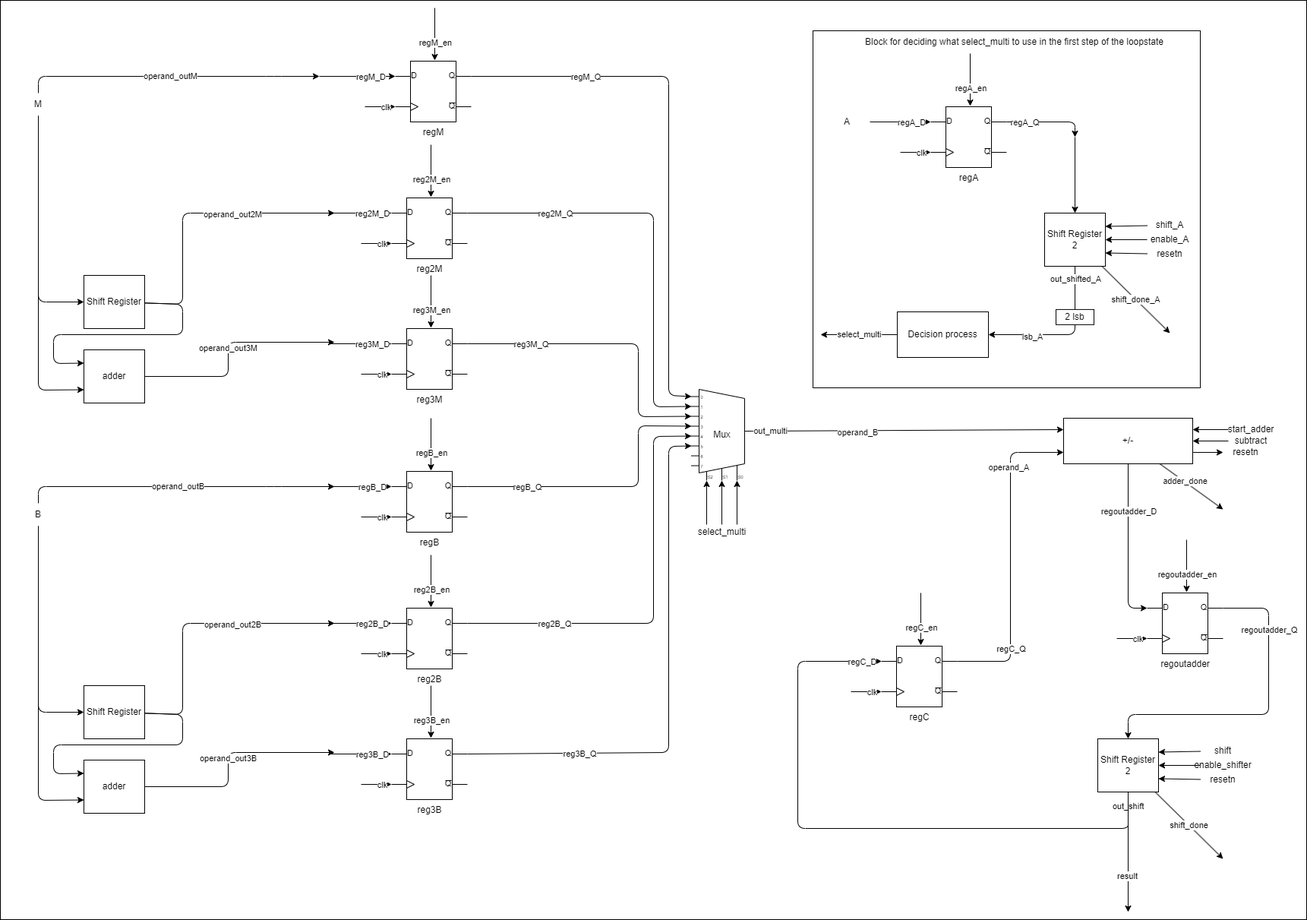
Earlier version of the draw.io export montgomery_details.png (Tfloow/Montgomery). Source tidied: cells renumbered, new cells last; positions are measured from the earlier drawing's top-left corner, leaving out a move shared by most shapes.
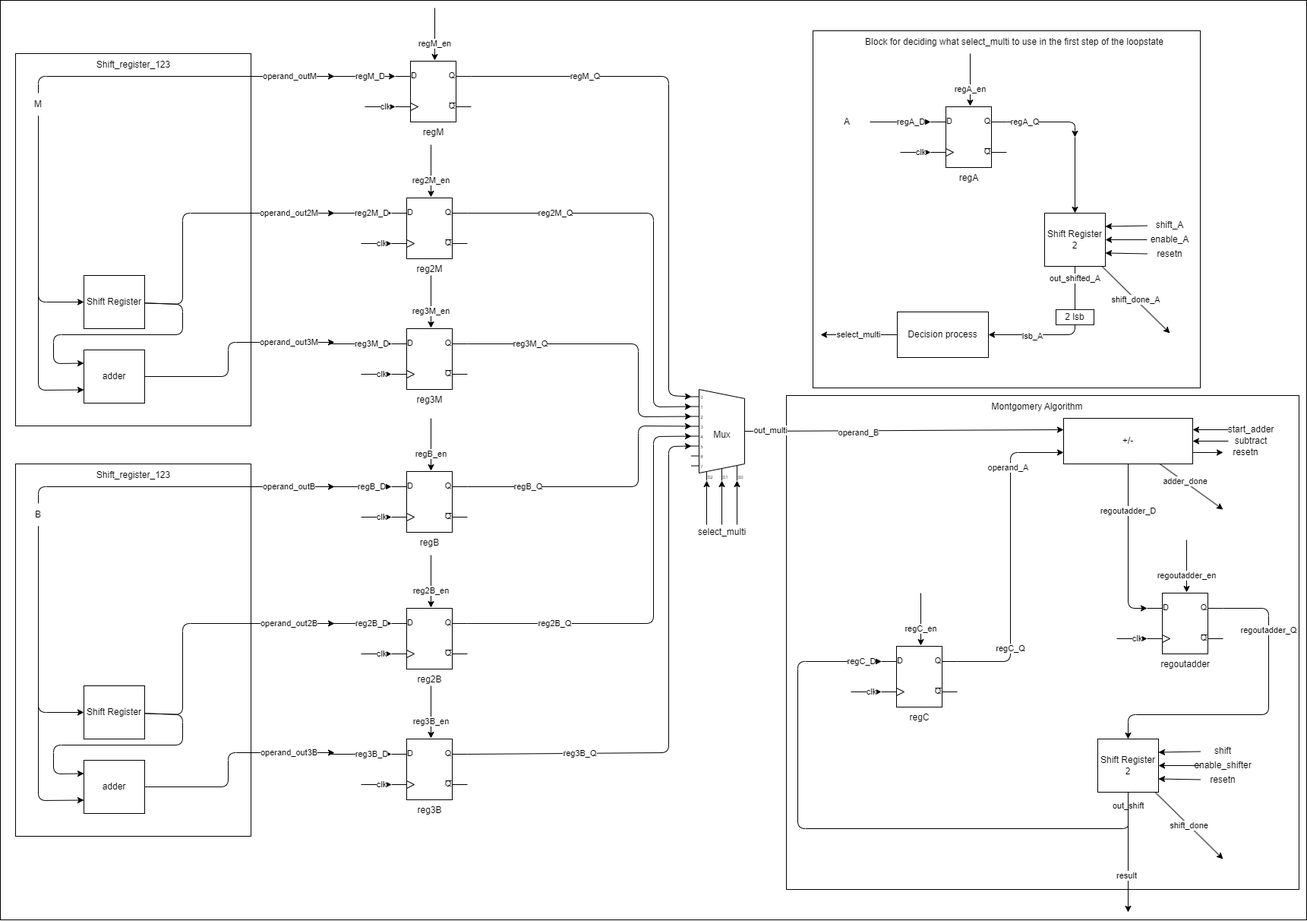
The same diagram one commit later.

Commit message:
Added some details to the graph

Diff of the diagram source:
```diff
@@ -5,6 +5,15 @@
     <mxCell id="2" style="rounded=0;whiteSpace=wrap;html=1;" parent="1" vertex="1">
       <mxGeometry width="1720" height="1210" as="geometry" />
     </mxCell>
+    <mxCell id="151" style="rounded=0;whiteSpace=wrap;html=1;" parent="1" vertex="1">
+      <mxGeometry x="1035" y="520" width="675" height="650" as="geometry" />
+    </mxCell>
+    <mxCell id="152" style="rounded=0;whiteSpace=wrap;html=1;" parent="1" vertex="1">
+      <mxGeometry x="20" y="610" width="310" height="490" as="geometry" />
+    </mxCell>
+    <mxCell id="153" style="rounded=0;whiteSpace=wrap;html=1;" parent="1" vertex="1">
+      <mxGeometry x="20" y="70" width="310" height="490" as="geometry" />
+    </mxCell>
     <mxCell id="3" style="rounded=0;whiteSpace=wrap;html=1;" parent="1" vertex="1">
       <mxGeometry x="1070" y="40" width="510" height="470" as="geometry" />
     </mxCell>
@@ -21,7 +30,7 @@
       <mxGeometry x="910" y="512" width="80" height="120" as="geometry" />
     </mxCell>
     <mxCell id="8" value="operand_out3M" style="edgeStyle=none;html=1;" parent="1" edge="1" source="9">
-      <mxGeometry relative="1" as="geometry">
+      <mxGeometry x="0.59" relative="1" as="geometry">
         <mxPoint x="440" y="450" as="targetPoint" />
         <Array as="points">
           <mxPoint x="300" y="495" />
@@ -42,7 +51,9 @@
       </mxGeometry>
     </mxCell>
     <mxCell id="11" value="operand_out2M" style="edgeLabel;html=1;align=center;verticalAlign=middle;" parent="10" vertex="1">
-      <mxGeometry x="0.27" y="-1" relative="1" as="geometry" />
+      <mxGeometry x="0.27" y="-1" relative="1" as="geometry">
+        <mxPoint x="75" y="-1" as="offset" />
+      </mxGeometry>
     </mxCell>
     <mxCell id="12" style="edgeStyle=none;html=1;entryX=0;entryY=0.25;entryDx=0;entryDy=0;" parent="1" edge="1" source="13" target="9">
       <mxGeometry relative="1" as="geometry">
@@ -72,8 +83,8 @@
       </mxGeometry>
     </mxCell>
     <mxCell id="16" value="operand_outM" style="edgeStyle=none;html=1;" parent="1" edge="1" source="17">
-      <mxGeometry relative="1" as="geometry">
-        <mxPoint x="420" y="100" as="targetPoint" />
+      <mxGeometry x="0.72" relative="1" as="geometry">
+        <mxPoint x="440" y="100" as="targetPoint" />
         <Array as="points">
           <mxPoint x="50" y="100" />
           <mxPoint x="360" y="100" />
@@ -508,7 +519,7 @@
       <mxGeometry x="0.34" relative="1" as="geometry" />
     </mxCell>
     <mxCell id="121" value="operand_out3B" style="edgeStyle=none;html=1;" parent="1" edge="1" source="122">
-      <mxGeometry relative="1" as="geometry">
+      <mxGeometry x="0.59" relative="1" as="geometry">
         <mxPoint x="440" y="990" as="targetPoint" />
         <Array as="points">
           <mxPoint x="300" y="1035" />
@@ -529,7 +540,9 @@
       </mxGeometry>
     </mxCell>
     <mxCell id="124" value="operand_out2B" style="edgeLabel;html=1;align=center;verticalAlign=middle;" parent="123" vertex="1">
-      <mxGeometry x="0.27" y="-1" relative="1" as="geometry" />
+      <mxGeometry x="0.27" y="-1" relative="1" as="geometry">
+        <mxPoint x="75" y="-1" as="offset" />
+      </mxGeometry>
     </mxCell>
     <mxCell id="125" style="edgeStyle=none;html=1;entryX=0;entryY=0.25;entryDx=0;entryDy=0;" parent="1" edge="1" source="126" target="122">
       <mxGeometry relative="1" as="geometry">
@@ -559,7 +572,7 @@
       </mxGeometry>
     </mxCell>
     <mxCell id="129" value="operand_outB" style="edgeStyle=none;html=1;" parent="1" edge="1" source="130">
-      <mxGeometry relative="1" as="geometry">
+      <mxGeometry x="0.71" relative="1" as="geometry">
         <mxPoint x="440" y="640" as="targetPoint" />
         <Array as="points">
           <mxPoint x="50" y="640" />
@@ -648,5 +661,14 @@
     <mxCell id="150" value="Decision process" style="rounded=0;whiteSpace=wrap;html=1;" parent="1" vertex="1">
       <mxGeometry x="1181" y="410" width="120" height="60" as="geometry" />
     </mxCell>
+    <mxCell id="154" value="Shift_register_123" style="text;html=1;align=center;verticalAlign=middle;strokeColor=none;fillColor=none;" parent="1" vertex="1">
+      <mxGeometry x="115" y="70" width="120" height="30" as="geometry" />
+    </mxCell>
+    <mxCell id="155" value="Shift_register_123" style="text;html=1;align=center;verticalAlign=middle;strokeColor=none;fillColor=none;" parent="1" vertex="1">
+      <mxGeometry x="115" y="610" width="120" height="30" as="geometry" />
+    </mxCell>
+    <mxCell id="156" value="Montgomery Algorithm" style="text;html=1;align=center;verticalAlign=middle;strokeColor=none;fillColor=none;" parent="1" vertex="1">
+      <mxGeometry x="1295" y="520" width="140" height="30" as="geometry" />
+    </mxCell>
   </root>
 </mxGraphModel>
```
